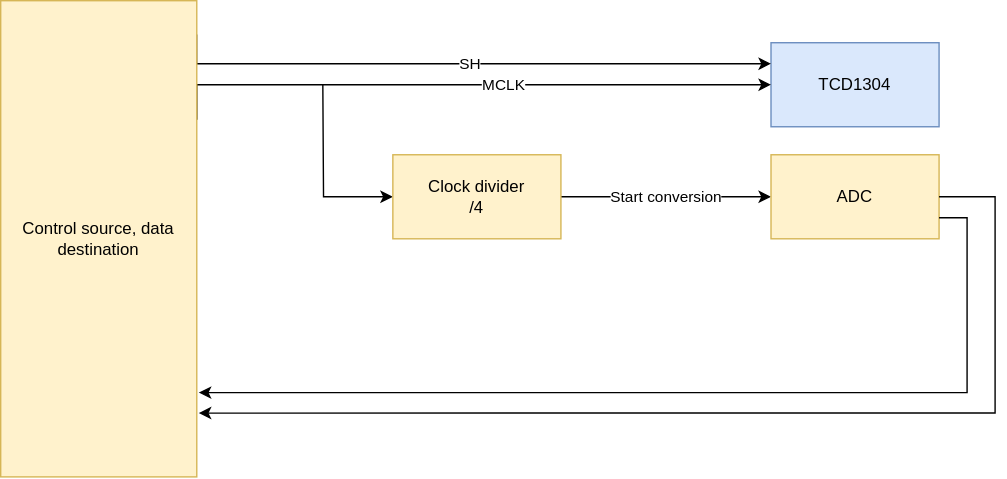
Above: charts/tcd1304_driver.drawio.svg in sesimo/monorepo (draw.io), before the change. Source tidied: cells renumbered, new cells last; positions are measured from the earlier drawing's top-left corner, leaving out a move shared by most shapes.
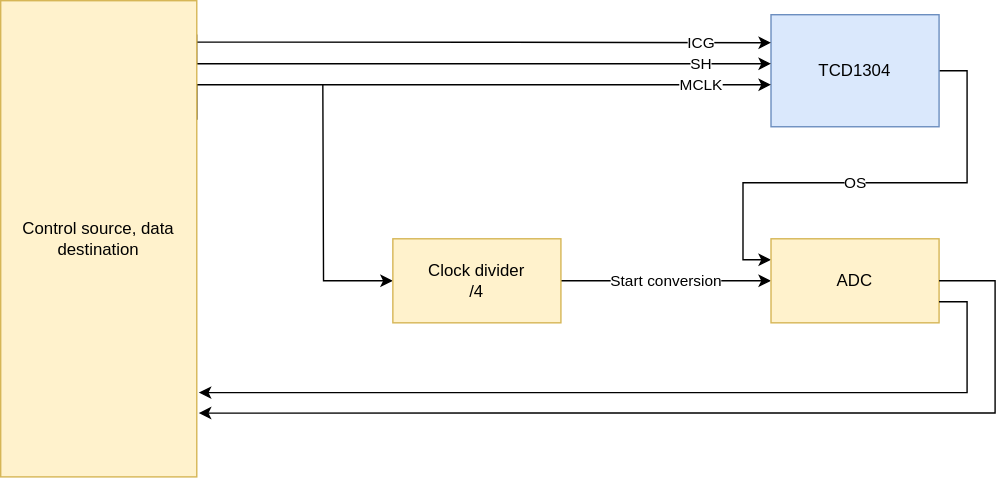
After the commit.

Diff of the diagram source:
```diff
@@ -2,8 +2,11 @@
   <root>
     <mxCell id="0" />
     <mxCell id="1" parent="0" />
+    <mxCell id="12" value="OS" style="edgeStyle=orthogonalEdgeStyle;rounded=0;jettySize=auto;html=1;exitX=1;exitY=0.5;exitDx=0;exitDy=0;entryX=0;entryY=0.25;entryDx=0;entryDy=0;" parent="1" edge="1" source="2" target="6">
+      <mxGeometry x="0.07" relative="1" as="geometry" />
+    </mxCell>
     <mxCell id="2" value="&lt;div&gt;TCD1304&lt;/div&gt;" style="rounded=0;whiteSpace=wrap;html=1;fillColor=#dae8fc;strokeColor=#6c8ebf;" parent="1" vertex="1">
-      <mxGeometry x="550" y="30" width="120" height="60" as="geometry" />
+      <mxGeometry x="550" y="10" width="120" height="80" as="geometry" />
     </mxCell>
     <mxCell id="3" value="&lt;div&gt;Start conversion&lt;/div&gt;" style="edgeStyle=orthogonalEdgeStyle;rounded=0;jettySize=auto;html=1;exitX=1;exitY=0.5;exitDx=0;exitDy=0;" parent="1" edge="1" source="5" target="6">
       <mxGeometry relative="1" as="geometry" />
@@ -14,38 +17,48 @@
       </mxGeometry>
     </mxCell>
     <mxCell id="5" value="&lt;div&gt;Clock divider&lt;/div&gt;&lt;div&gt;/4&lt;/div&gt;" style="rounded=0;whiteSpace=wrap;html=1;fillColor=#fff2cc;strokeColor=#d6b656;" parent="1" vertex="1">
-      <mxGeometry x="280" y="110" width="120" height="60" as="geometry" />
+      <mxGeometry x="280" y="170" width="120" height="60" as="geometry" />
     </mxCell>
     <mxCell id="6" value="ADC" style="rounded=0;whiteSpace=wrap;html=1;fillColor=#fff2cc;strokeColor=#d6b656;" parent="1" vertex="1">
-      <mxGeometry x="550" y="110" width="120" height="60" as="geometry" />
+      <mxGeometry x="550" y="170" width="120" height="60" as="geometry" />
     </mxCell>
-    <mxCell id="7" value="SH" style="edgeStyle=orthogonalEdgeStyle;rounded=0;jettySize=auto;html=1;exitX=0.999;exitY=0.071;exitDx=0;exitDy=0;entryX=0;entryY=0.25;entryDx=0;entryDy=0;exitPerimeter=0;" parent="1" edge="1" source="9" target="2">
-      <mxGeometry relative="1" as="geometry">
+    <mxCell id="7" value="SH" style="edgeStyle=orthogonalEdgeStyle;rounded=0;jettySize=auto;html=1;exitX=0.999;exitY=0.071;exitDx=0;exitDy=0;exitPerimeter=0;" parent="1" edge="1" source="9">
+      <mxGeometry x="0.77" relative="1" as="geometry">
+        <mxPoint x="550" y="45" as="targetPoint" />
         <Array as="points">
           <mxPoint x="140" y="45" />
         </Array>
       </mxGeometry>
     </mxCell>
-    <mxCell id="8" value="&lt;div&gt;MCLK&lt;/div&gt;" style="edgeStyle=orthogonalEdgeStyle;rounded=0;jettySize=auto;html=1;exitX=1;exitY=0.25;exitDx=0;exitDy=0;entryX=0;entryY=0.5;entryDx=0;entryDy=0;" parent="1" edge="1" source="9" target="2">
-      <mxGeometry x="0.12" relative="1" as="geometry">
+    <mxCell id="8" value="&lt;div&gt;MCLK&lt;/div&gt;" style="edgeStyle=orthogonalEdgeStyle;rounded=0;jettySize=auto;html=1;exitX=1;exitY=0.25;exitDx=0;exitDy=0;" parent="1" edge="1" source="9">
+      <mxGeometry x="0.77" relative="1" as="geometry">
+        <mxPoint x="550" y="60" as="targetPoint" />
         <Array as="points">
           <mxPoint x="140" y="60" />
         </Array>
       </mxGeometry>
     </mxCell>
+    <mxCell id="13" value="ICG" style="edgeStyle=orthogonalEdgeStyle;rounded=0;jettySize=auto;html=1;exitX=0.994;exitY=0.087;exitDx=0;exitDy=0;entryX=0;entryY=0.25;entryDx=0;entryDy=0;exitPerimeter=0;" parent="1" edge="1" source="9" target="2">
+      <mxGeometry x="0.76" relative="1" as="geometry" />
+    </mxCell>
     <mxCell id="9" value="&lt;div&gt;Control source, data destination&lt;/div&gt;" style="rounded=0;whiteSpace=wrap;html=1;fillColor=#fff2cc;strokeColor=#d6b656;" parent="1" vertex="1">
       <mxGeometry width="140" height="340" as="geometry" />
     </mxCell>
     <mxCell id="10" style="edgeStyle=orthogonalEdgeStyle;rounded=0;jettySize=auto;html=1;exitX=1;exitY=0.5;exitDx=0;exitDy=0;entryX=1.01;entryY=0.866;entryDx=0;entryDy=0;entryPerimeter=0;" parent="1" edge="1" source="6" target="9">
       <mxGeometry relative="1" as="geometry">
         <Array as="points">
-          <mxPoint x="710" y="140" />
+          <mxPoint x="710" y="200" />
           <mxPoint x="710" y="294" />
         </Array>
       </mxGeometry>
     </mxCell>
     <mxCell id="11" style="edgeStyle=orthogonalEdgeStyle;rounded=0;jettySize=auto;html=1;exitX=1;exitY=0.75;exitDx=0;exitDy=0;entryX=1.01;entryY=0.823;entryDx=0;entryDy=0;entryPerimeter=0;" parent="1" edge="1" source="6" target="9">
-      <mxGeometry relative="1" as="geometry" />
+      <mxGeometry relative="1" as="geometry">
+        <Array as="points">
+          <mxPoint x="690" y="215" />
+          <mxPoint x="690" y="280" />
+        </Array>
+      </mxGeometry>
     </mxCell>
   </root>
 </mxGraphModel>
```
